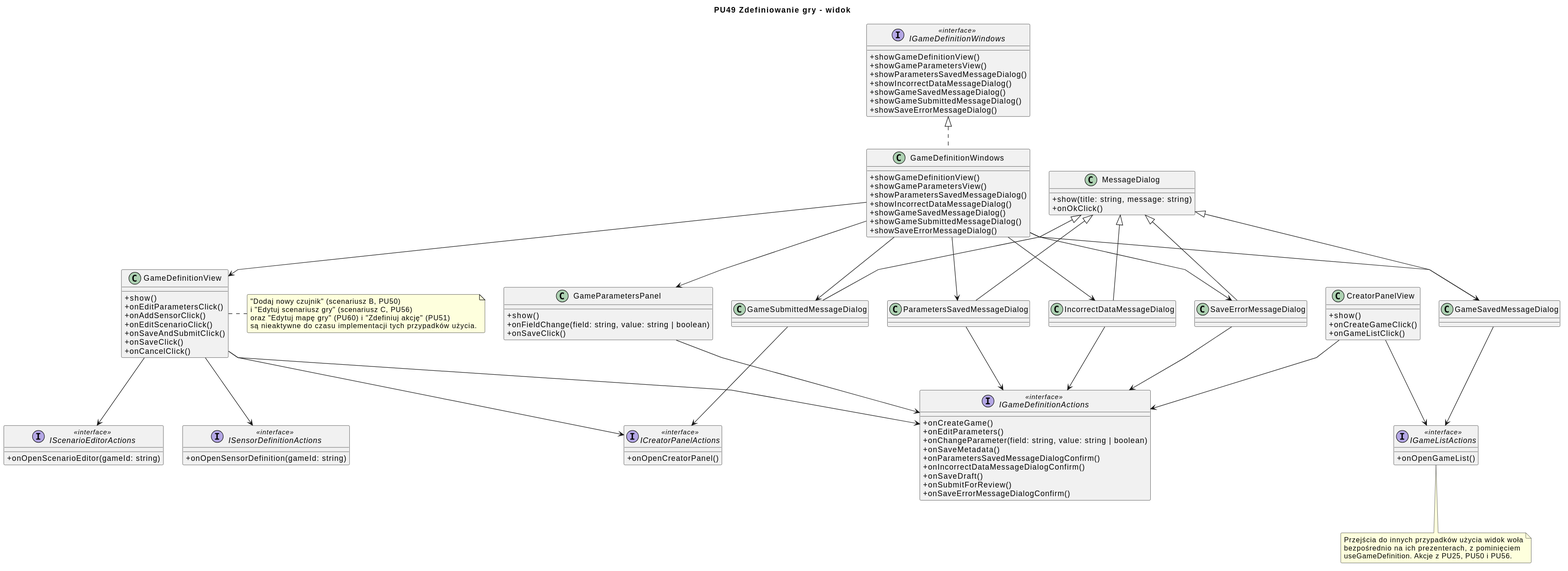
This is diagrams/frontend/rendered/game-definition-view.svg from Igor-Ochocki/POP-2026Z, a PlantUML export, as it was before one commit.
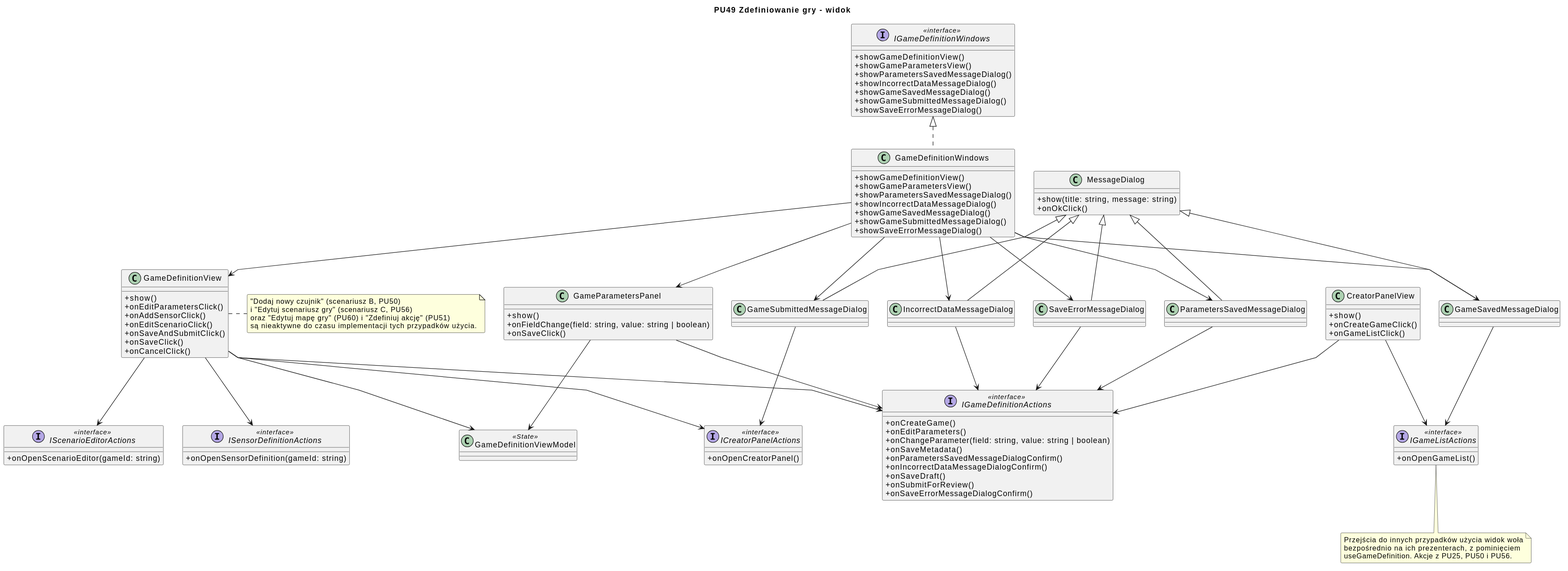
After the commit.

Commit message:
PU49/fe: asocjacja widoków do GameDefinitionViewModel

What changed in the source:
```diff
@@ -74,13 +74,17 @@
     + onOpenSensorDefinition(gameId: string)
 }
 
+class GameDefinitionViewModel <<State>>
+
 CreatorPanelView --> IGameDefinitionActions
 CreatorPanelView --> IGameListActions
 GameDefinitionView --> IGameDefinitionActions
 GameDefinitionView --> ICreatorPanelActions
 GameDefinitionView --> IScenarioEditorActions
 GameDefinitionView --> ISensorDefinitionActions
+GameDefinitionView --> GameDefinitionViewModel
 GameParametersPanel --> IGameDefinitionActions
+GameParametersPanel --> GameDefinitionViewModel
 ParametersSavedMessageDialog --> IGameDefinitionActions
 IncorrectDataMessageDialog --> IGameDefinitionActions
 GameSavedMessageDialog --> IGameListActions
```
